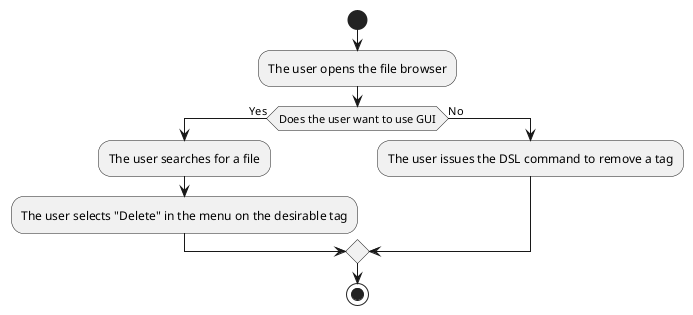
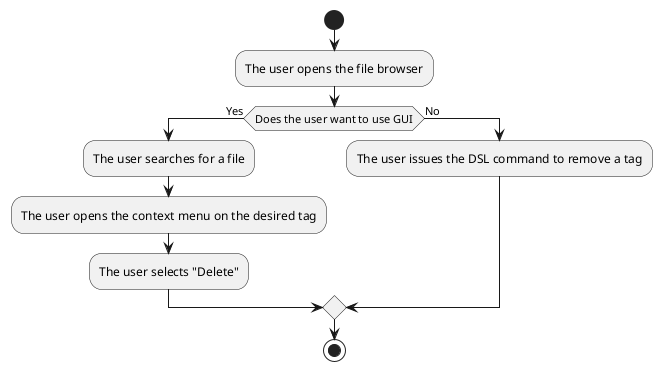
@startuml
start
:The user opens the file browser;
if (Does the user want to use GUI) then (Yes)
:The user searches for a file;
- :The user selects "Delete" in the menu on the desirable tag;
+ :The user opens the context menu on the desired tag;
+ :The user selects "Delete";
else (No)
:The user issues the DSL command to remove a tag;
endif
stop
- @enduml+ @enduml
